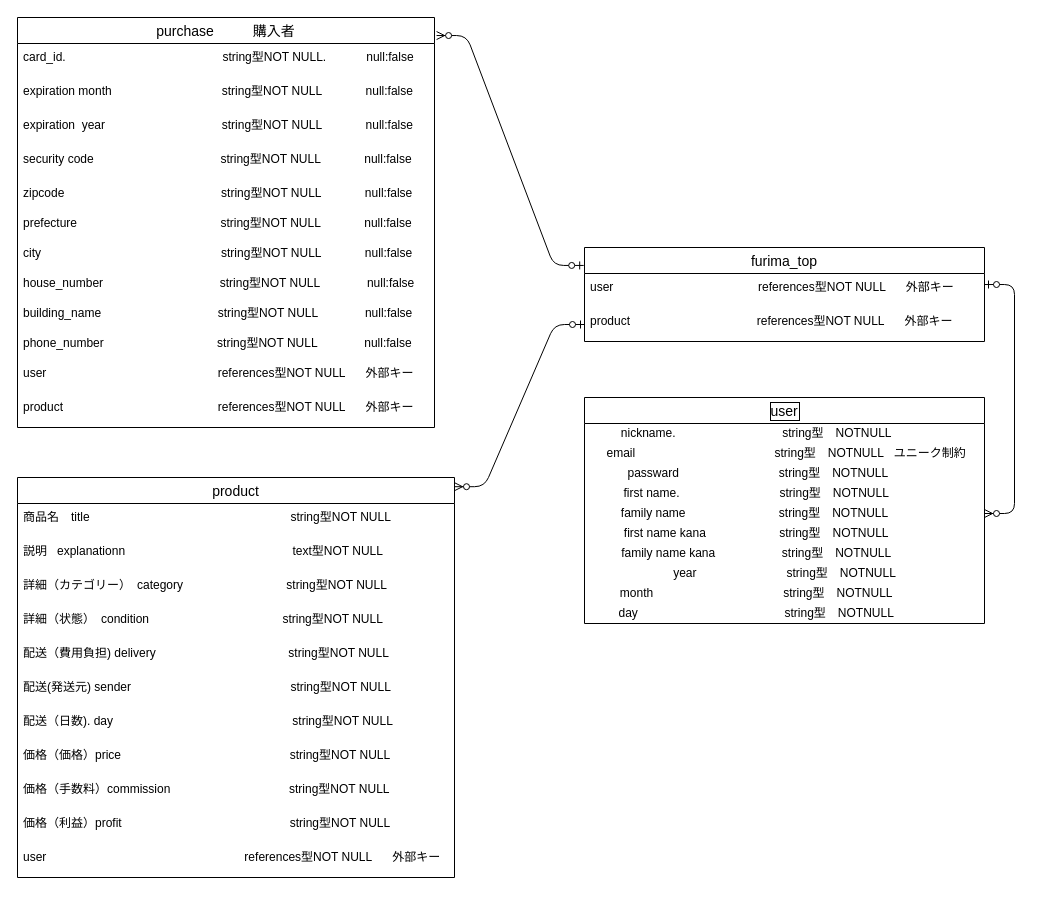
Before: フリマ.dio in tmhs0319/furima-tmhs1025, a draw.io diagram. Source tidied: cells renumbered, new cells numbered last; positions are measured from the earlier drawing's top-left corner, leaving out a move shared by most shapes. Both pictures are drawn from the tidied source at 100%, with x=0, y=0 at pixel (17, 17).
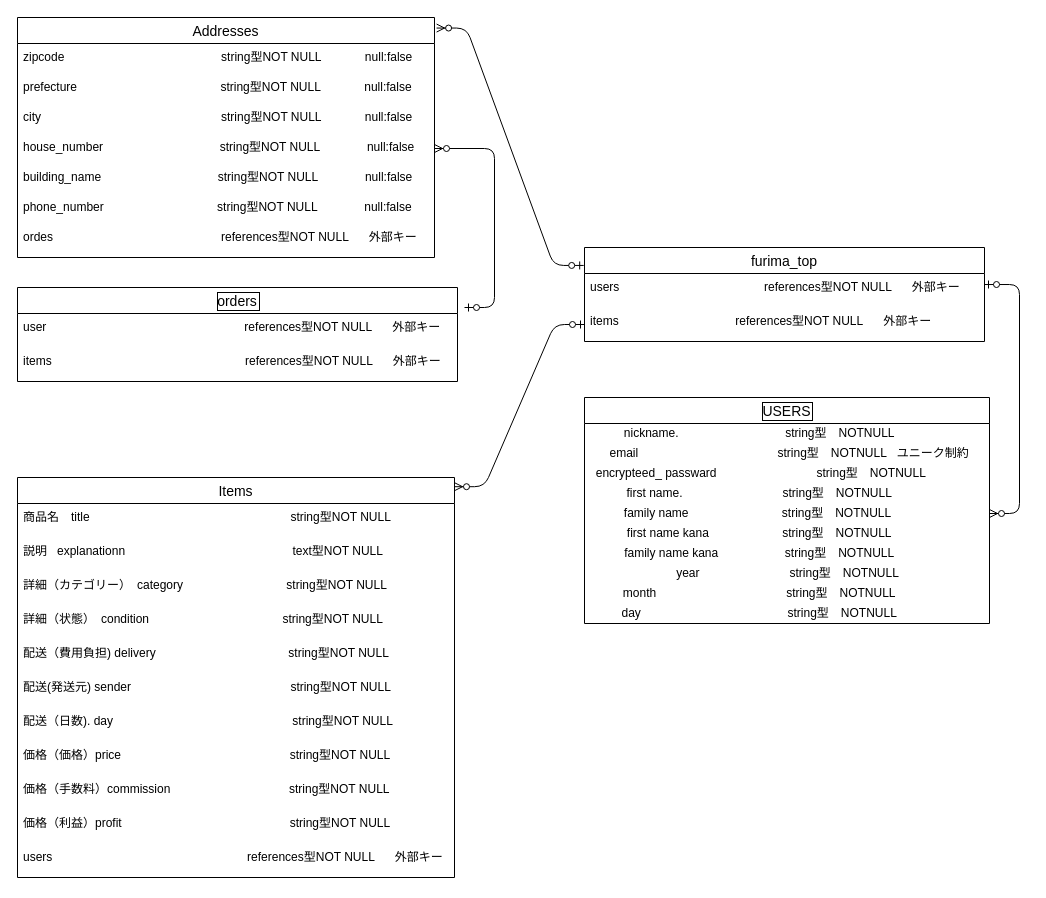
Above is the later version.

The change refers to these unchanged cells:
```xml
<mxCell id="15" value="furima_top" style="swimlane;fontStyle=0;horizontal=1;startSize=26;align=center;fontSize=14;" parent="1" vertex="1">
  <mxGeometry x="567" y="230" width="400" height="94" as="geometry" />
</mxCell>
```

What changed in the source:
```diff
@@
-    <mxCell id="2" value="purchase          購入者" style="swimlane;fontStyle=0;horizontal=1;startSize=26;align=center;fontSize=14;" parent="1" vertex="1">
-      <mxGeometry width="417" height="410" as="geometry" />
+    <mxCell id="2" value="Addresses" style="swimlane;fontStyle=0;horizontal=1;startSize=26;align=center;fontSize=14;" parent="1" vertex="1">
+      <mxGeometry width="417" height="240" as="geometry" />
     </mxCell>
-    <mxCell id="3" value="card_id.                                               string型NOT NULL.            null:false" style="text;strokeColor=none;fillColor=none;spacingLeft=4;spacingRight=4;overflow=hidden;fontSize=12;" parent="2" vertex="1">
-      <mxGeometry y="26" width="417" height="34" as="geometry" />
-    </mxCell>
-    <mxCell id="4" value="expiration month                                 string型NOT NULL             null:false" style="text;strokeColor=none;fillColor=none;spacingLeft=4;spacingRight=4;overflow=hidden;fontSize=12;" parent="2" vertex="1">
-      <mxGeometry y="60" width="417" height="34" as="geometry" />
-    </mxCell>
-    <mxCell id="5" value="expiration  year                                   string型NOT NULL             null:false" style="text;strokeColor=none;fillColor=none;spacingLeft=4;spacingRight=4;overflow=hidden;fontSize=12;" parent="2" vertex="1">
-      <mxGeometry y="94" width="417" height="34" as="geometry" />
-    </mxCell>
-    <mxCell id="6" value="security code                                      string型NOT NULL             null:false" style="text;strokeColor=none;fillColor=none;spacingLeft=4;spacingRight=4;overflow=hidden;fontSize=12;" parent="2" vertex="1">
-      <mxGeometry y="128" width="417" height="34" as="geometry" />
-    </mxCell>
     <mxCell id="7" value="zipcode                                               string型NOT NULL             null:false" style="text;strokeColor=none;fillColor=none;spacingLeft=4;spacingRight=4;overflow=hidden;fontSize=12;" parent="2" vertex="1">
-      <mxGeometry y="162" width="417" height="30" as="geometry" />
+      <mxGeometry y="26" width="417" height="30" as="geometry" />
     </mxCell>
     <mxCell id="8" value="prefecture                                           string型NOT NULL             null:false&#10; " style="text;strokeColor=none;fillColor=none;spacingLeft=4;spacingRight=4;overflow=hidden;fontSize=12;" parent="2" vertex="1">
-      <mxGeometry y="192" width="417" height="30" as="geometry" />
+      <mxGeometry y="56" width="417" height="30" as="geometry" />
     </mxCell>
     <mxCell id="9" value="city                                                      string型NOT NULL             null:false&#10; " style="text;strokeColor=none;fillColor=none;spacingLeft=4;spacingRight=4;overflow=hidden;fontSize=12;" parent="2" vertex="1">
-      <mxGeometry y="222" width="417" height="30" as="geometry" />
+      <mxGeometry y="86" width="417" height="30" as="geometry" />
     </mxCell>
     <mxCell id="10" value="house_number                                   string型NOT NULL              null:false&#10; " style="text;strokeColor=none;fillColor=none;spacingLeft=4;spacingRight=4;overflow=hidden;points=[[0,0.5],[1,0.5]];portConstraint=eastwest;fontSize=12;" parent="2" vertex="1">
-      <mxGeometry y="252" width="417" height="30" as="geometry" />
+      <mxGeometry y="116" width="417" height="30" as="geometry" />
     </mxCell>
     <mxCell id="11" value="building_name                                   string型NOT NULL              null:false&#10; " style="text;strokeColor=none;fillColor=none;spacingLeft=4;spacingRight=4;overflow=hidden;fontSize=12;" parent="2" vertex="1">
-      <mxGeometry y="282" width="417" height="30" as="geometry" />
+      <mxGeometry y="146" width="417" height="30" as="geometry" />
     </mxCell>
     <mxCell id="12" value="phone_number                                  string型NOT NULL              null:false  &#10; " style="text;strokeColor=none;fillColor=none;spacingLeft=4;spacingRight=4;overflow=hidden;fontSize=12;" parent="2" vertex="1">
-      <mxGeometry y="312" width="417" height="30" as="geometry" />
+      <mxGeometry y="176" width="417" height="30" as="geometry" />
     </mxCell>
-    <mxCell id="13" value="user                             　        　　　references型NOT NULL      外部キー" style="text;strokeColor=none;fillColor=none;spacingLeft=4;spacingRight=4;overflow=hidden;fontSize=12;" parent="2" vertex="1">
-      <mxGeometry y="342" width="417" height="34" as="geometry" />
+    <mxCell id="13" value="ordes                            　        　　　references型NOT NULL      外部キー" style="text;strokeColor=none;fillColor=none;spacingLeft=4;spacingRight=4;overflow=hidden;fontSize=12;" parent="2" vertex="1">
+      <mxGeometry y="206" width="417" height="34" as="geometry" />
     </mxCell>
-    <mxCell id="14" value="product                            　    　　　references型NOT NULL      外部キー" style="text;strokeColor=none;fillColor=none;spacingLeft=4;spacingRight=4;overflow=hidden;fontSize=12;" parent="2" vertex="1">
-      <mxGeometry y="376" width="417" height="34" as="geometry" />
-    </mxCell>
@@
-    <mxCell id="16" value="user                             　　　　references型NOT NULL      外部キー" style="text;strokeColor=none;fillColor=none;spacingLeft=4;spacingRight=4;overflow=hidden;points=[[0,0.5],[1,0.5]];portConstraint=eastwest;fontSize=12;" parent="15" vertex="1">
+    <mxCell id="16" value="users                             　　　　references型NOT NULL      外部キー" style="text;strokeColor=none;fillColor=none;spacingLeft=4;spacingRight=4;overflow=hidden;points=[[0,0.5],[1,0.5]];portConstraint=eastwest;fontSize=12;" parent="15" vertex="1">
       <mxGeometry y="26" width="400" height="34" as="geometry" />
     </mxCell>
-    <mxCell id="17" value="product                                      references型NOT NULL      外部キー" style="text;strokeColor=none;fillColor=none;spacingLeft=4;spacingRight=4;overflow=hidden;points=[[0,0.5],[1,0.5]];portConstraint=eastwest;fontSize=12;" parent="15" vertex="1">
+    <mxCell id="17" value="items                                   references型NOT NULL      外部キー" style="text;strokeColor=none;fillColor=none;spacingLeft=4;spacingRight=4;overflow=hidden;points=[[0,0.5],[1,0.5]];portConstraint=eastwest;fontSize=12;" parent="15" vertex="1">
       <mxGeometry y="60" width="400" height="34" as="geometry" />
     </mxCell>
-    <mxCell id="18" value="user" style="swimlane;fontStyle=0;horizontal=1;startSize=26;align=center;fontSize=14;labelBackgroundColor=default;labelBorderColor=default;" parent="1" vertex="1">
-      <mxGeometry x="567" y="380" width="400" height="226" as="geometry" />
+    <mxCell id="18" value="USERS" style="swimlane;fontStyle=0;horizontal=1;startSize=26;align=center;fontSize=14;labelBackgroundColor=default;labelBorderColor=default;" parent="1" vertex="1">
+      <mxGeometry x="567" y="380" width="405" height="226" as="geometry" />
     </mxCell>
     <mxCell id="19" value="nickname.&amp;nbsp; &amp;nbsp; &amp;nbsp; &amp;nbsp; &amp;nbsp; &amp;nbsp; &amp;nbsp; &amp;nbsp; &amp;nbsp; &amp;nbsp; &amp;nbsp; &amp;nbsp; &amp;nbsp; &amp;nbsp; &amp;nbsp; &amp;nbsp; string型　NOTNULL&amp;nbsp; &amp;nbsp; &amp;nbsp; &amp;nbsp; &amp;nbsp; &amp;nbsp; &amp;nbsp; &amp;nbsp; &amp;nbsp;" style="text;html=1;align=center;verticalAlign=middle;strokeColor=none;fillColor=none;" parent="18" vertex="1">
-      <mxGeometry y="26" width="400" height="20" as="geometry" />
+      <mxGeometry y="26" width="405" height="20" as="geometry" />
     </mxCell>
     <mxCell id="20" value="&amp;nbsp; email&amp;nbsp; &amp;nbsp; &amp;nbsp; &amp;nbsp; &amp;nbsp; &amp;nbsp; 　　　&amp;nbsp; &amp;nbsp; &amp;nbsp; &amp;nbsp; &amp;nbsp; &amp;nbsp; &amp;nbsp; &amp;nbsp; &amp;nbsp; &amp;nbsp;string型　NOTNULL&amp;nbsp; &amp;nbsp;ユニーク制約&amp;nbsp;" style="text;html=1;align=center;verticalAlign=middle;strokeColor=none;fillColor=none;" parent="18" vertex="1">
-      <mxGeometry y="46" width="400" height="20" as="geometry" />
+      <mxGeometry y="46" width="405" height="20" as="geometry" />
     </mxCell>
-    <mxCell id="21" value="&amp;nbsp;passward&amp;nbsp; &amp;nbsp; &amp;nbsp; &amp;nbsp; &amp;nbsp; &amp;nbsp; &amp;nbsp; &amp;nbsp; &amp;nbsp; &amp;nbsp; &amp;nbsp; &amp;nbsp; &amp;nbsp; &amp;nbsp; &amp;nbsp; string型　NOTNULL&amp;nbsp; &amp;nbsp; &amp;nbsp; &amp;nbsp; &amp;nbsp; &amp;nbsp; &amp;nbsp; &amp;nbsp; &amp;nbsp;" style="text;html=1;align=center;verticalAlign=middle;strokeColor=none;fillColor=none;" parent="18" vertex="1">
-      <mxGeometry y="66" width="400" height="20" as="geometry" />
+    <mxCell id="21" value="&amp;nbsp;encrypteed_ passward&amp;nbsp; &amp;nbsp; &amp;nbsp; &amp;nbsp; &amp;nbsp; &amp;nbsp; &amp;nbsp; &amp;nbsp; &amp;nbsp; &amp;nbsp; &amp;nbsp; &amp;nbsp; &amp;nbsp; &amp;nbsp; &amp;nbsp; string型　NOTNULL&amp;nbsp; &amp;nbsp; &amp;nbsp; &amp;nbsp; &amp;nbsp; &amp;nbsp; &amp;nbsp; &amp;nbsp; &amp;nbsp;" style="text;html=1;align=center;verticalAlign=middle;strokeColor=none;fillColor=none;" parent="18" vertex="1">
+      <mxGeometry y="66" width="405" height="20" as="geometry" />
     </mxCell>
     <mxCell id="22" value="first name.&amp;nbsp; &amp;nbsp; &amp;nbsp; &amp;nbsp; &amp;nbsp; &amp;nbsp; &amp;nbsp; &amp;nbsp; &amp;nbsp; &amp;nbsp; &amp;nbsp; &amp;nbsp; &amp;nbsp; &amp;nbsp; &amp;nbsp; string型　NOTNULL&amp;nbsp; &amp;nbsp; &amp;nbsp; &amp;nbsp; &amp;nbsp; &amp;nbsp; &amp;nbsp; &amp;nbsp; &amp;nbsp;" style="text;html=1;align=center;verticalAlign=middle;strokeColor=none;fillColor=none;" parent="18" vertex="1">
-      <mxGeometry y="86" width="400" height="20" as="geometry" />
+      <mxGeometry y="86" width="405" height="20" as="geometry" />
     </mxCell>
     <mxCell id="23" value="family name&amp;nbsp; &amp;nbsp; &amp;nbsp; &amp;nbsp; &amp;nbsp; &amp;nbsp; &amp;nbsp; &amp;nbsp; &amp;nbsp; &amp;nbsp; &amp;nbsp; &amp;nbsp; &amp;nbsp; &amp;nbsp; string型　NOTNULL&amp;nbsp; &amp;nbsp; &amp;nbsp; &amp;nbsp; &amp;nbsp; &amp;nbsp; &amp;nbsp; &amp;nbsp; &amp;nbsp;&amp;nbsp;" style="text;html=1;align=center;verticalAlign=middle;points=[];strokeColor=none;fillColor=none;" parent="18" vertex="1">
-      <mxGeometry y="106" width="400" height="20" as="geometry" />
+      <mxGeometry y="106" width="405" height="20" as="geometry" />
     </mxCell>
     <mxCell id="24" value="first name kana&amp;nbsp; &amp;nbsp; &amp;nbsp; &amp;nbsp; &amp;nbsp; &amp;nbsp; &amp;nbsp; &amp;nbsp; &amp;nbsp; &amp;nbsp; &amp;nbsp; string型　NOTNULL&amp;nbsp; &amp;nbsp; &amp;nbsp; &amp;nbsp; &amp;nbsp; &amp;nbsp; &amp;nbsp; &amp;nbsp; &amp;nbsp;" style="text;html=1;align=center;verticalAlign=middle;strokeColor=none;fillColor=none;" parent="18" vertex="1">
-      <mxGeometry y="126" width="400" height="20" as="geometry" />
+      <mxGeometry y="126" width="405" height="20" as="geometry" />
     </mxCell>
     <mxCell id="25" value="family name kana&amp;nbsp; &amp;nbsp; &amp;nbsp; &amp;nbsp; &amp;nbsp; &amp;nbsp; &amp;nbsp; &amp;nbsp; &amp;nbsp; &amp;nbsp; string型　NOTNULL&amp;nbsp; &amp;nbsp; &amp;nbsp; &amp;nbsp; &amp;nbsp; &amp;nbsp; &amp;nbsp; &amp;nbsp; &amp;nbsp;" style="text;html=1;align=center;verticalAlign=middle;strokeColor=none;fillColor=none;" parent="18" vertex="1">
-      <mxGeometry y="146" width="400" height="20" as="geometry" />
+      <mxGeometry y="146" width="405" height="20" as="geometry" />
     </mxCell>
     <mxCell id="26" value="year&amp;nbsp; &amp;nbsp; &amp;nbsp; &amp;nbsp; &amp;nbsp; &amp;nbsp; &amp;nbsp; &amp;nbsp; &amp;nbsp; &amp;nbsp; &amp;nbsp; &amp;nbsp; &amp;nbsp; &amp;nbsp;string型　NOTNULL" style="text;html=1;align=center;verticalAlign=middle;strokeColor=none;fillColor=none;" parent="18" vertex="1">
-      <mxGeometry y="166" width="400" height="20" as="geometry" />
+      <mxGeometry y="166" width="405" height="20" as="geometry" />
     </mxCell>
     <mxCell id="27" value="month&amp;nbsp; &amp;nbsp; &amp;nbsp; &amp;nbsp; &amp;nbsp; &amp;nbsp; &amp;nbsp; &amp;nbsp; &amp;nbsp; &amp;nbsp; &amp;nbsp; &amp;nbsp; &amp;nbsp; &amp;nbsp; &amp;nbsp; &amp;nbsp; &amp;nbsp; &amp;nbsp; &amp;nbsp; &amp;nbsp;string型　NOTNULL&amp;nbsp; &amp;nbsp; &amp;nbsp; &amp;nbsp; &amp;nbsp; &amp;nbsp; &amp;nbsp; &amp;nbsp; &amp;nbsp;" style="text;html=1;align=center;verticalAlign=middle;strokeColor=none;fillColor=none;" parent="18" vertex="1">
-      <mxGeometry y="186" width="400" height="20" as="geometry" />
+      <mxGeometry y="186" width="405" height="20" as="geometry" />
     </mxCell>
     <mxCell id="28" value="day&amp;nbsp; &amp;nbsp; &amp;nbsp; &amp;nbsp; &amp;nbsp; &amp;nbsp; &amp;nbsp; &amp;nbsp; &amp;nbsp; &amp;nbsp; &amp;nbsp; &amp;nbsp; &amp;nbsp; &amp;nbsp; &amp;nbsp; &amp;nbsp; &amp;nbsp; &amp;nbsp; &amp;nbsp; &amp;nbsp; &amp;nbsp; &amp;nbsp; string型　NOTNULL&amp;nbsp; &amp;nbsp; &amp;nbsp; &amp;nbsp; &amp;nbsp; &amp;nbsp; &amp;nbsp; &amp;nbsp; &amp;nbsp;" style="text;html=1;align=center;verticalAlign=middle;strokeColor=none;fillColor=none;" parent="18" vertex="1">
-      <mxGeometry y="206" width="400" height="20" as="geometry" />
+      <mxGeometry y="206" width="405" height="20" as="geometry" />
     </mxCell>
-    <mxCell id="29" value="product" style="swimlane;fontStyle=0;horizontal=1;startSize=26;align=center;fontSize=14;" parent="1" vertex="1">
+    <mxCell id="29" value="Items" style="swimlane;fontStyle=0;horizontal=1;startSize=26;align=center;fontSize=14;" parent="1" vertex="1">
       <mxGeometry y="460" width="437" height="400" as="geometry" />
     </mxCell>
@@
-    <mxCell id="40" value="user                             　                　　　references型NOT NULL      外部キー" style="text;strokeColor=none;fillColor=none;spacingLeft=4;spacingRight=4;overflow=hidden;fontSize=12;" parent="29" vertex="1">
+    <mxCell id="40" value="users                            　                　　　references型NOT NULL      外部キー" style="text;strokeColor=none;fillColor=none;spacingLeft=4;spacingRight=4;overflow=hidden;fontSize=12;" parent="29" vertex="1">
       <mxGeometry y="366" width="437" height="34" as="geometry" />
     </mxCell>
@@
+    <mxCell id="44" value="orders" style="swimlane;fontStyle=0;horizontal=1;startSize=26;align=center;fontSize=14;labelBackgroundColor=default;labelBorderColor=default;" parent="1" vertex="1">
+      <mxGeometry y="270" width="440" height="94" as="geometry" />
+    </mxCell>
+    <mxCell id="45" value="user                             　                　　　references型NOT NULL      外部キー" style="text;strokeColor=none;fillColor=none;spacingLeft=4;spacingRight=4;overflow=hidden;fontSize=12;" parent="44" vertex="1">
+      <mxGeometry y="26" width="440" height="34" as="geometry" />
+    </mxCell>
+    <mxCell id="46" value="items                                                          references型NOT NULL      外部キー" style="text;strokeColor=none;fillColor=none;spacingLeft=4;spacingRight=4;overflow=hidden;fontSize=12;" parent="44" vertex="1">
+      <mxGeometry y="60" width="440" height="34" as="geometry" />
+    </mxCell>
+    <mxCell id="47" style="edgeStyle=entityRelationEdgeStyle;fontSize=12;html=1;endArrow=ERzeroToMany;startArrow=ERzeroToOne;entryX=1;entryY=0.5;entryDx=0;entryDy=0;" parent="1" edge="1" target="10">
+      <mxGeometry relative="1" as="geometry">
+        <mxPoint x="447" y="290" as="sourcePoint" />
+      </mxGeometry>
+    </mxCell>
```
